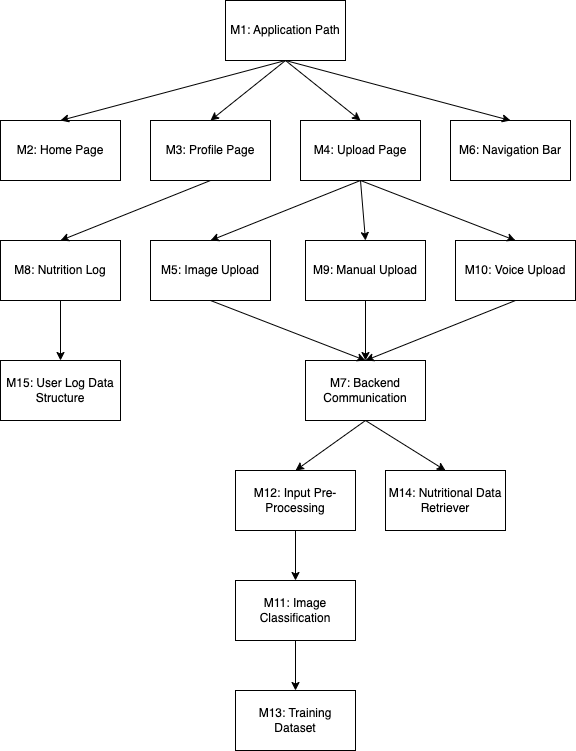
This is docs/Design/SoftArchitecture/use_hierarchy.png from jeff-rey-wang/utrition, a draw.io export, as it was before one commit. Source tidied: cells renumbered, new cells last; positions are measured from the earlier drawing's top-left corner, leaving out a move shared by most shapes.
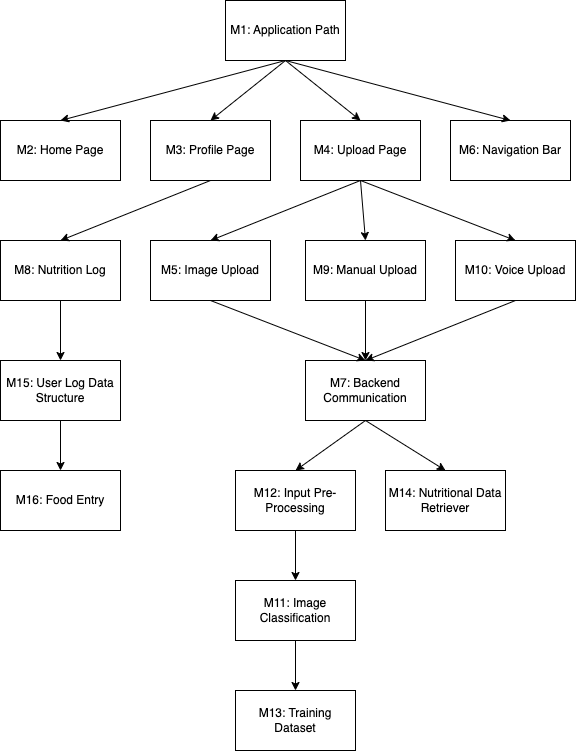
The same file after the commit.

Commit message:
update MG with Food Entry Module

The edit, as a diff of the source:
```diff
@@ -95,5 +95,11 @@
     <mxCell id="32" style="endArrow=classic;html=1;rounded=0;exitX=0.5;exitY=1;exitDx=0;exitDy=0;entryX=0.5;entryY=0;entryDx=0;entryDy=0;" parent="1" edge="1" source="15" target="16">
       <mxGeometry relative="1" as="geometry" />
     </mxCell>
+    <mxCell id="33" value="M16: Food Entry" style="rounded=0;whiteSpace=wrap;html=1;" parent="1" vertex="1">
+      <mxGeometry y="470" width="120" height="60" as="geometry" />
+    </mxCell>
+    <mxCell id="34" style="endArrow=classic;html=1;rounded=0;exitX=0.5;exitY=1;exitDx=0;exitDy=0;entryX=0.5;entryY=0;entryDx=0;entryDy=0;" parent="1" edge="1" source="11" target="33">
+      <mxGeometry relative="1" as="geometry" />
+    </mxCell>
   </root>
 </mxGraphModel>
```
